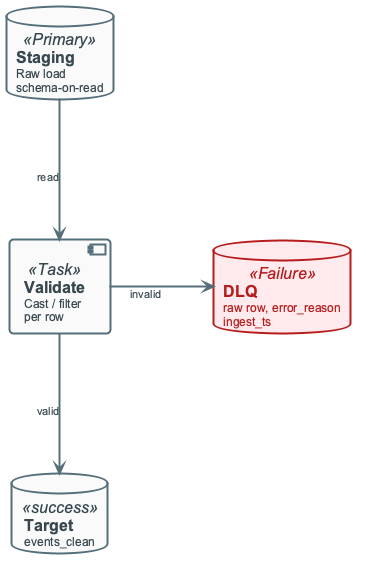
The PlantUML diagram diagrams/week04/week4_dlq_flow.png in OrPerets/data-engineering-course, before a commit.
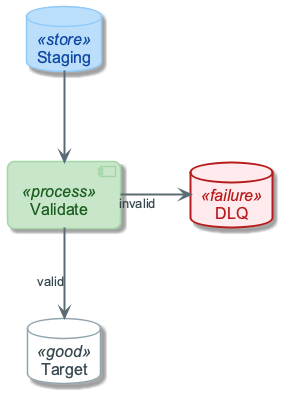
The same file after the commit.

Change to the diagram source:
```diff
@@ -1,19 +1,18 @@
 @startuml
-
 !include ../_template_styles.puml
+!include _week4_visual_style.puml
 
 left to right direction
+skinparam nodesep 90
+skinparam ranksep 70
 
-database "**Staging**\n<size:12>Raw load</size>\n<size:12>schema-on-read</size>" as STG <<Primary>>
+database "Staging" as STG <<store>>
+component "Validate" as VALID <<process>>
+database "Target" as TGT <<good>>
+database "DLQ" as DLQ <<failure>>
 
-component "**Validate**\n<size:12>Cast / filter</size>\n<size:12>per row</size>" as VALID <<Task>>
-
-database "**Target**\n<size:12>events_clean</size>" as TGT <<success>>
-
-database "**DLQ**\n<size:12>raw row, error_reason</size>\n<size:12>ingest_ts</size>" as DLQ <<Failure>>
-
-STG -right-> VALID : <size:11>read</size>
-VALID -right-> TGT : <size:11>valid</size>
-VALID -down-> DLQ : <size:11>invalid</size>
+STG -right-> VALID
+VALID -right-> TGT : valid
+VALID -down-> DLQ : invalid
 
 @enduml
```
